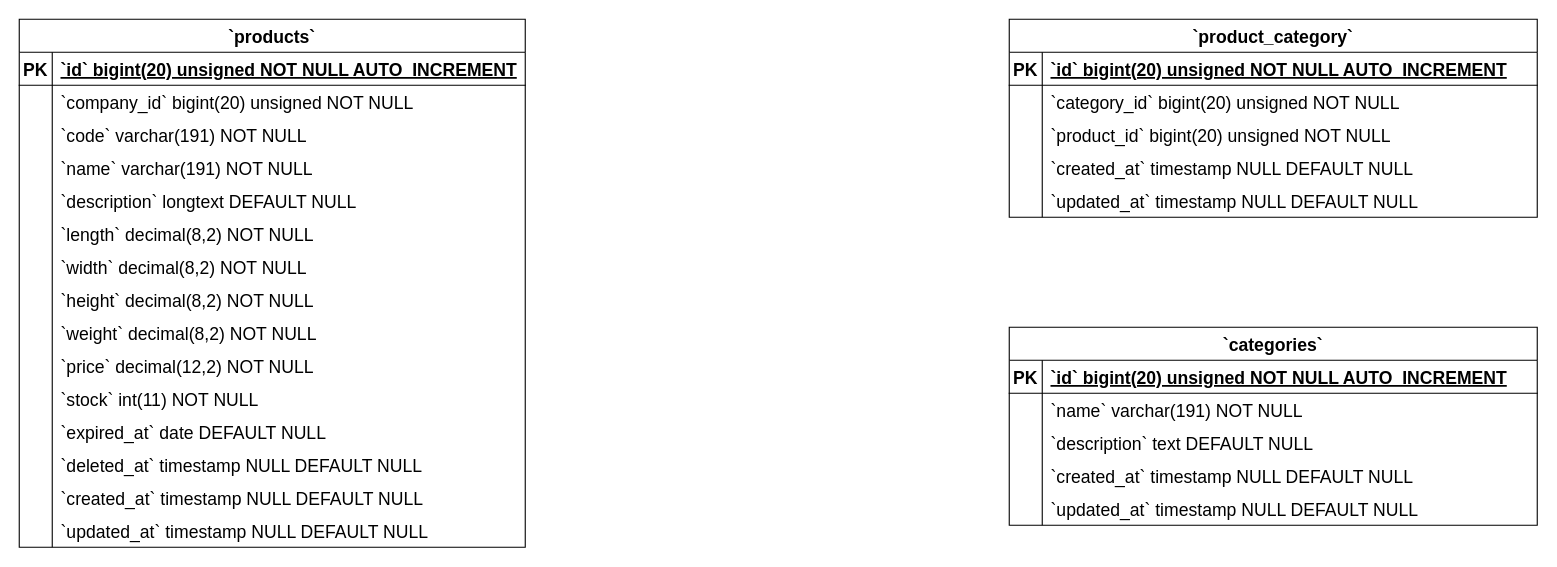
This is Product Category ERD Diagram.drawio from Simasco/diagram, a draw.io file, before an edit. Source tidied: cells renumbered, new cells numbered last; positions are measured from the earlier drawing's top-left corner, leaving out a move shared by most shapes. Both pictures are drawn from the tidied source at 110%, with x=0, y=0 at pixel (19, 19).
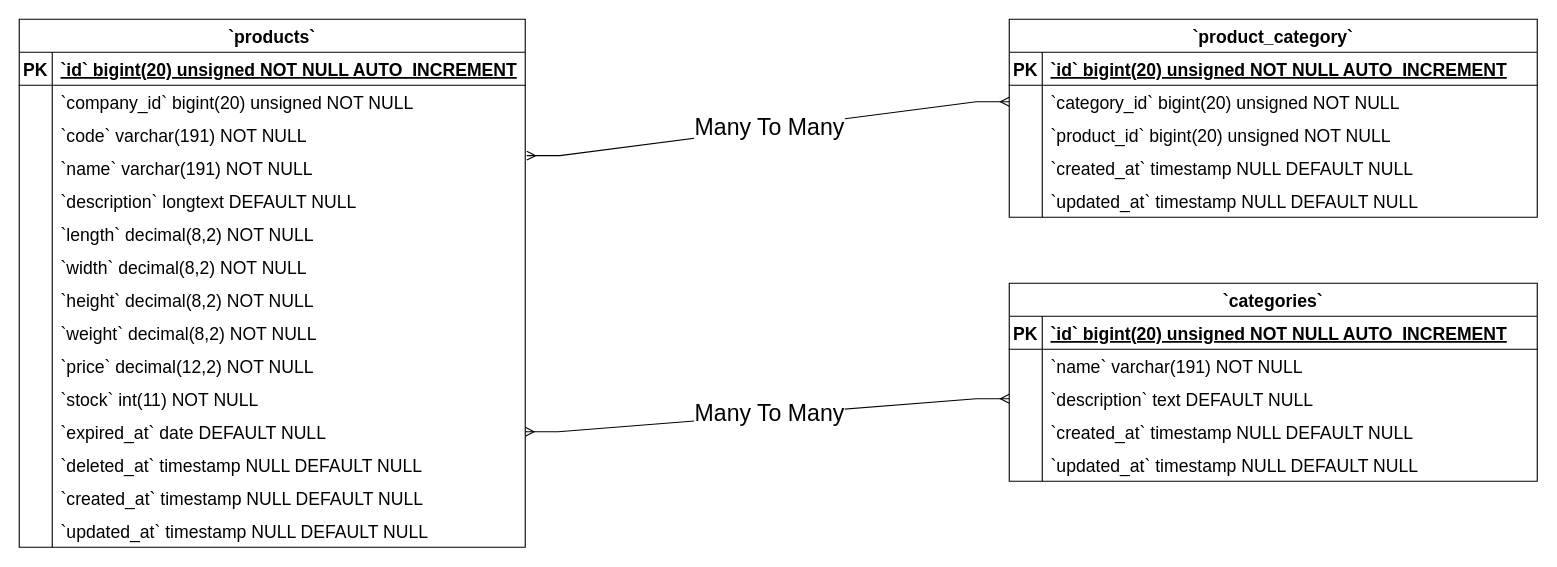
The same diagram, later.

The change refers to these unchanged cells:
```xml
<mxCell id="9" style="shape=tableRow;horizontal=0;startSize=0;swimlaneHead=0;swimlaneBody=0;fillColor=none;points=[[0,0.5],[1,0.5]];portConstraint=eastwest;strokeColor=inherit;top=0;left=0;right=0;bottom=0;fontSize=16;" parent="2" vertex="1">
  <mxGeometry y="90" width="480" height="30" as="geometry" />
</mxCell>
<mxCell id="22" style="shape=tableRow;horizontal=0;startSize=0;swimlaneHead=0;swimlaneBody=0;fillColor=none;points=[[0,0.5],[1,0.5]];portConstraint=eastwest;strokeColor=inherit;top=0;left=0;right=0;bottom=0;fontSize=16;" parent="18" vertex="1">
  <mxGeometry y="60" width="480" height="30" as="geometry" />
</mxCell>
<mxCell id="41" style="shape=tableRow;horizontal=0;startSize=0;swimlaneHead=0;swimlaneBody=0;fillColor=none;points=[[0,0.5],[1,0.5]];portConstraint=eastwest;strokeColor=inherit;top=0;left=0;right=0;bottom=0;fontSize=16;" parent="34" vertex="1">
  <mxGeometry y="90" width="460" height="30" as="geometry" />
</mxCell>
<mxCell id="68" style="shape=tableRow;horizontal=0;startSize=0;swimlaneHead=0;swimlaneBody=0;fillColor=none;points=[[0,0.5],[1,0.5]];portConstraint=eastwest;strokeColor=inherit;top=0;left=0;right=0;bottom=0;fontSize=16;" parent="34" vertex="1">
  <mxGeometry y="360" width="460" height="30" as="geometry" />
</mxCell>
```

Diff of the diagram source:
```diff
@@
     <mxCell id="2" value="`categories`" style="shape=table;startSize=30;childLayout=tableLayout;rowLines=0;fontStyle=1;align=center;fontSize=16;" parent="1" vertex="1">
-      <mxGeometry x="900" y="280" width="480" height="180" as="geometry" />
+      <mxGeometry x="900" y="240" width="480" height="180" as="geometry" />
     </mxCell>
@@
+    <mxCell id="80" style="edgeStyle=entityRelationEdgeStyle;fontSize=12;html=1;endArrow=ERmany;startArrow=ERmany;rounded=0;exitX=1.003;exitY=1.133;exitDx=0;exitDy=0;exitPerimeter=0;entryX=0;entryY=0.5;entryDx=0;entryDy=0;" parent="1" edge="1" source="41" target="22">
+      <mxGeometry relative="1" as="geometry" />
+    </mxCell>
+    <mxCell id="81" value="&lt;font style=&quot;font-size: 21px;&quot;&gt;Many To Many&lt;/font&gt;" style="edgeLabel;html=1;align=center;verticalAlign=middle;" parent="80" vertex="1">
+      <mxGeometry x="0.01" y="2" relative="1" as="geometry">
+        <mxPoint x="-1" as="offset" />
+      </mxGeometry>
+    </mxCell>
+    <mxCell id="82" style="edgeStyle=entityRelationEdgeStyle;fontSize=12;html=1;endArrow=ERmany;startArrow=ERmany;rounded=0;exitX=1;exitY=0.5;exitDx=0;exitDy=0;entryX=0;entryY=0.5;entryDx=0;entryDy=0;" parent="1" edge="1" source="68" target="9">
+      <mxGeometry relative="1" as="geometry" />
+    </mxCell>
+    <mxCell id="83" value="&lt;font style=&quot;font-size: 21px;&quot;&gt;Many To Many&lt;/font&gt;" style="edgeLabel;html=1;align=center;verticalAlign=middle;" parent="82" vertex="1">
+      <mxGeometry x="0.01" y="2" relative="1" as="geometry">
+        <mxPoint x="-1" as="offset" />
+      </mxGeometry>
+    </mxCell>
```
